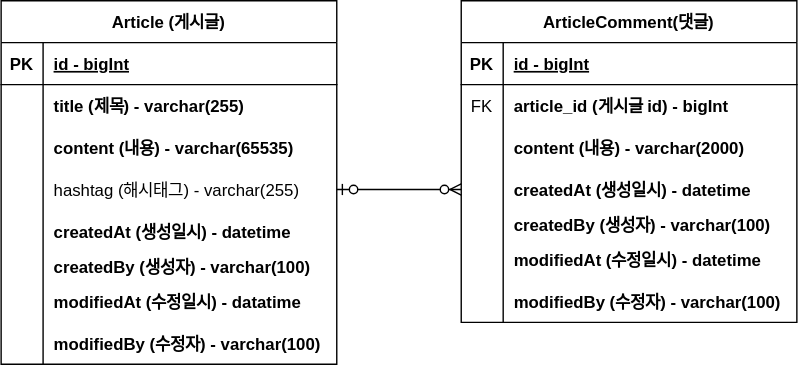
The draw.io diagram document/project-board-erd.svg in jus1234/board-project, before a commit. Source tidied: cells renumbered, new cells last; positions are measured from the earlier drawing's top-left corner, leaving out a move shared by most shapes.
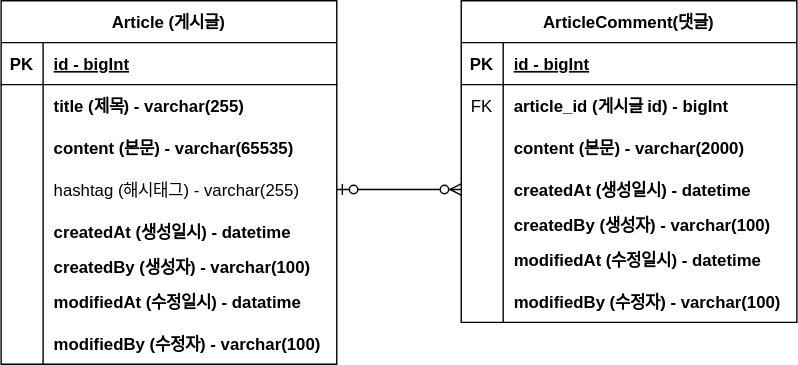
Later version of the same file.

Change to the diagram source:
```diff
@@ -39,7 +39,7 @@
     <mxCell id="12" style="shape=partialRectangle;fillColor=none;top=0;left=0;bottom=0;right=0;overflow=hidden;" parent="11" vertex="1">
       <mxGeometry width="30" height="30" as="geometry" />
     </mxCell>
-    <mxCell id="13" value="content (내용) - varchar(65535)" style="shape=partialRectangle;fillColor=none;top=0;left=0;bottom=0;right=0;align=left;spacingLeft=6;overflow=hidden;fontStyle=1;" parent="11" vertex="1">
+    <mxCell id="13" value="content (본문) - varchar(65535)" style="shape=partialRectangle;fillColor=none;top=0;left=0;bottom=0;right=0;align=left;spacingLeft=6;overflow=hidden;fontStyle=1;" parent="11" vertex="1">
       <mxGeometry x="30" width="210" height="30" as="geometry" />
     </mxCell>
     <mxCell id="14" style="shape=tableRow;horizontal=0;startSize=0;swimlaneHead=0;swimlaneBody=0;fillColor=none;points=[[0,0.5],[1,0.5]];portConstraint=eastwest;top=0;left=0;right=0;bottom=0;" parent="4" vertex="1">
@@ -114,7 +114,7 @@
     <mxCell id="37" style="shape=partialRectangle;fillColor=none;top=0;left=0;bottom=0;right=0;overflow=hidden;" parent="36" vertex="1">
       <mxGeometry width="30" height="30" as="geometry" />
     </mxCell>
-    <mxCell id="38" value="content (내용) - varchar(2000)" style="shape=partialRectangle;fillColor=none;top=0;left=0;bottom=0;right=0;align=left;spacingLeft=6;overflow=hidden;fontStyle=1;" parent="36" vertex="1">
+    <mxCell id="38" value="content (본문) - varchar(2000)" style="shape=partialRectangle;fillColor=none;top=0;left=0;bottom=0;right=0;align=left;spacingLeft=6;overflow=hidden;fontStyle=1;" parent="36" vertex="1">
       <mxGeometry x="30" width="210" height="30" as="geometry" />
     </mxCell>
     <mxCell id="39" style="shape=tableRow;horizontal=0;startSize=0;swimlaneHead=0;swimlaneBody=0;fillColor=none;points=[[0,0.5],[1,0.5]];portConstraint=eastwest;top=0;left=0;right=0;bottom=0;" parent="29" vertex="1">
```
